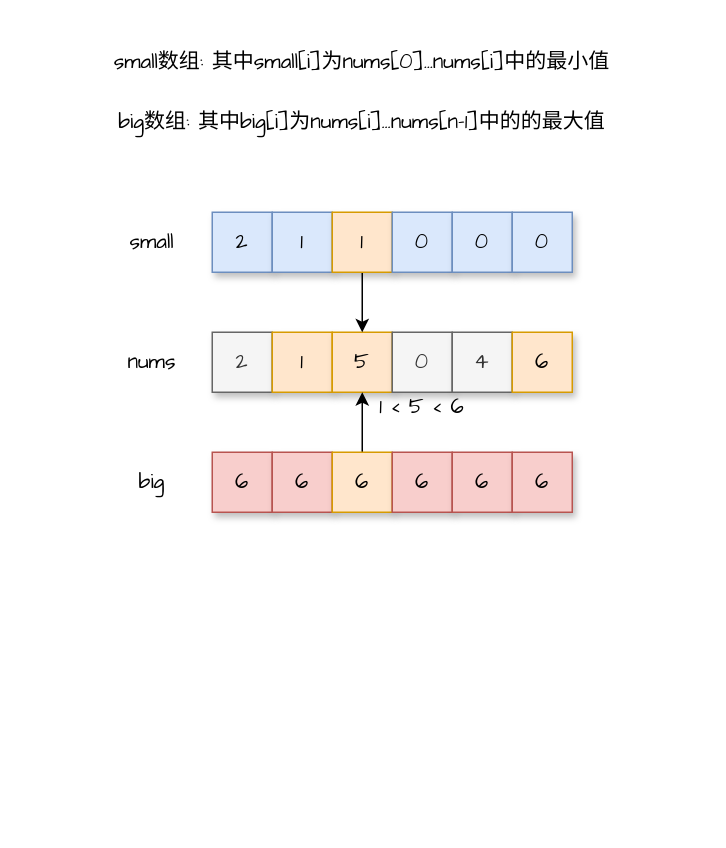
This is draw.io/递增的三元子序列.drawio from goldknife6/algorithm, a draw.io file, before an edit. Source tidied: cells renumbered, new cells numbered last; positions are measured from the earlier drawing's top-left corner, leaving out a move shared by most shapes. Both pictures are drawn from the tidied source at 150%, with x=0, y=0 at pixel (32, 32).
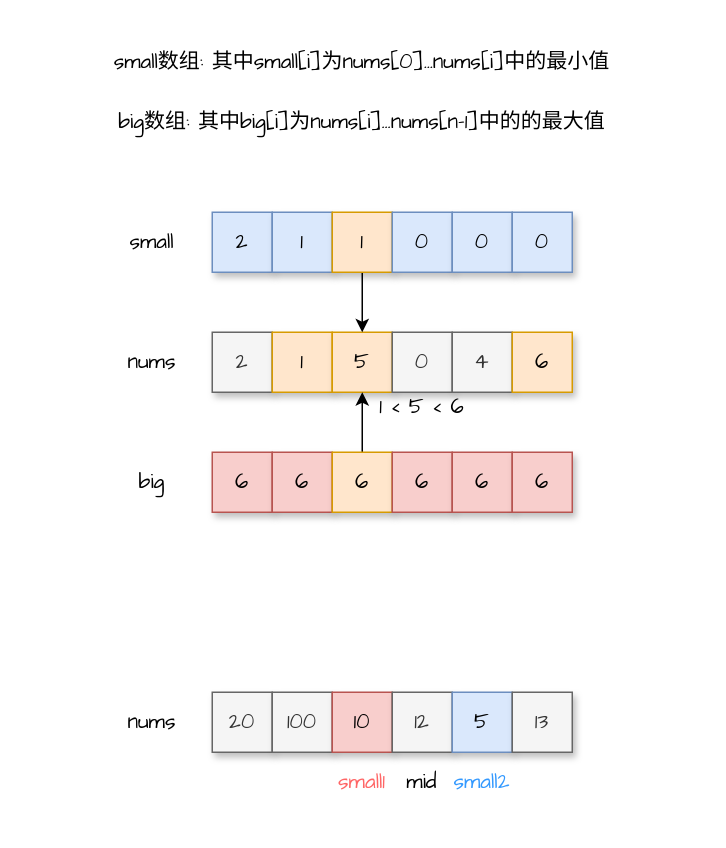
After the change.

Commit message (it also covers changes not shown here):
更新递增的三元子序列.drawio

Diff of the diagram source:
```diff
@@
+    <mxCell id="28" value="&lt;font style=&quot;font-size: 14px&quot; face=&quot;Comic Sans MS&quot;&gt;20&lt;/font&gt;" style="rounded=0;whiteSpace=wrap;html=1;fillColor=#f5f5f5;strokeColor=#666666;fontColor=#333333;shadow=1;" parent="1" vertex="1">
+      <mxGeometry x="120" y="440" width="40" height="40" as="geometry" />
+    </mxCell>
+    <mxCell id="29" value="&lt;font style=&quot;font-size: 14px&quot; face=&quot;Comic Sans MS&quot;&gt;100&lt;/font&gt;" style="rounded=0;whiteSpace=wrap;html=1;fillColor=#f5f5f5;strokeColor=#666666;shadow=1;fontColor=#333333;" parent="1" vertex="1">
+      <mxGeometry x="160" y="440" width="40" height="40" as="geometry" />
+    </mxCell>
+    <mxCell id="30" value="&lt;font style=&quot;font-size: 14px&quot; face=&quot;Comic Sans MS&quot;&gt;10&lt;/font&gt;" style="rounded=0;whiteSpace=wrap;html=1;fillColor=#f8cecc;strokeColor=#b85450;shadow=1;" parent="1" vertex="1">
+      <mxGeometry x="200" y="440" width="40" height="40" as="geometry" />
+    </mxCell>
+    <mxCell id="31" value="&lt;font face=&quot;Comic Sans MS&quot;&gt;&lt;span style=&quot;font-size: 14px&quot;&gt;12&lt;/span&gt;&lt;/font&gt;" style="rounded=0;whiteSpace=wrap;html=1;fillColor=#f5f5f5;strokeColor=#666666;fontColor=#333333;shadow=1;" parent="1" vertex="1">
+      <mxGeometry x="240" y="440" width="40" height="40" as="geometry" />
+    </mxCell>
+    <mxCell id="32" value="&lt;font face=&quot;Comic Sans MS&quot;&gt;&lt;span style=&quot;font-size: 14px&quot;&gt;5&lt;/span&gt;&lt;/font&gt;" style="rounded=0;whiteSpace=wrap;html=1;fillColor=#dae8fc;strokeColor=#6c8ebf;shadow=1;" parent="1" vertex="1">
+      <mxGeometry x="280" y="440" width="40" height="40" as="geometry" />
+    </mxCell>
+    <mxCell id="33" value="&lt;font face=&quot;Comic Sans MS&quot;&gt;&lt;span style=&quot;font-size: 14px&quot;&gt;13&lt;/span&gt;&lt;/font&gt;" style="rounded=0;whiteSpace=wrap;html=1;fillColor=#f5f5f5;strokeColor=#666666;shadow=1;fontColor=#333333;" parent="1" vertex="1">
+      <mxGeometry x="320" y="440" width="40" height="40" as="geometry" />
+    </mxCell>
+    <mxCell id="34" value="&lt;div class=&quot;okr-block-clipboard&quot;&gt;&lt;/div&gt;&lt;div&gt;&lt;span&gt;nums&lt;/span&gt;&lt;br&gt;&lt;/div&gt;" style="text;html=1;strokeColor=none;fillColor=none;align=center;verticalAlign=middle;whiteSpace=wrap;rounded=0;shadow=1;fontFamily=Comic Sans MS;fontSize=14;" parent="1" vertex="1">
+      <mxGeometry x="40" y="440" width="80" height="40" as="geometry" />
+    </mxCell>
+    <mxCell id="35" value="&lt;div class=&quot;okr-block-clipboard&quot;&gt;&lt;/div&gt;&lt;div&gt;&lt;font color=&quot;#ff6666&quot;&gt;small1&lt;/font&gt;&lt;/div&gt;" style="text;html=1;strokeColor=none;fillColor=none;align=center;verticalAlign=middle;whiteSpace=wrap;rounded=0;shadow=1;fontFamily=Comic Sans MS;fontSize=14;opacity=40;" parent="1" vertex="1">
+      <mxGeometry x="200" y="480" width="40" height="40" as="geometry" />
+    </mxCell>
+    <mxCell id="36" value="&lt;div class=&quot;okr-block-clipboard&quot;&gt;&lt;/div&gt;&lt;div&gt;mid&lt;/div&gt;" style="text;html=1;strokeColor=none;fillColor=none;align=center;verticalAlign=middle;whiteSpace=wrap;rounded=0;shadow=1;fontFamily=Comic Sans MS;fontSize=14;opacity=40;" parent="1" vertex="1">
+      <mxGeometry x="240" y="480" width="40" height="40" as="geometry" />
+    </mxCell>
+    <mxCell id="37" value="&lt;div class=&quot;okr-block-clipboard&quot;&gt;&lt;/div&gt;&lt;div&gt;&lt;font color=&quot;#3399ff&quot;&gt;small2&lt;/font&gt;&lt;/div&gt;" style="text;html=1;strokeColor=none;fillColor=none;align=center;verticalAlign=middle;whiteSpace=wrap;rounded=0;shadow=1;fontFamily=Comic Sans MS;fontSize=14;opacity=40;" parent="1" vertex="1">
+      <mxGeometry x="280" y="480" width="40" height="40" as="geometry" />
+    </mxCell>
```
